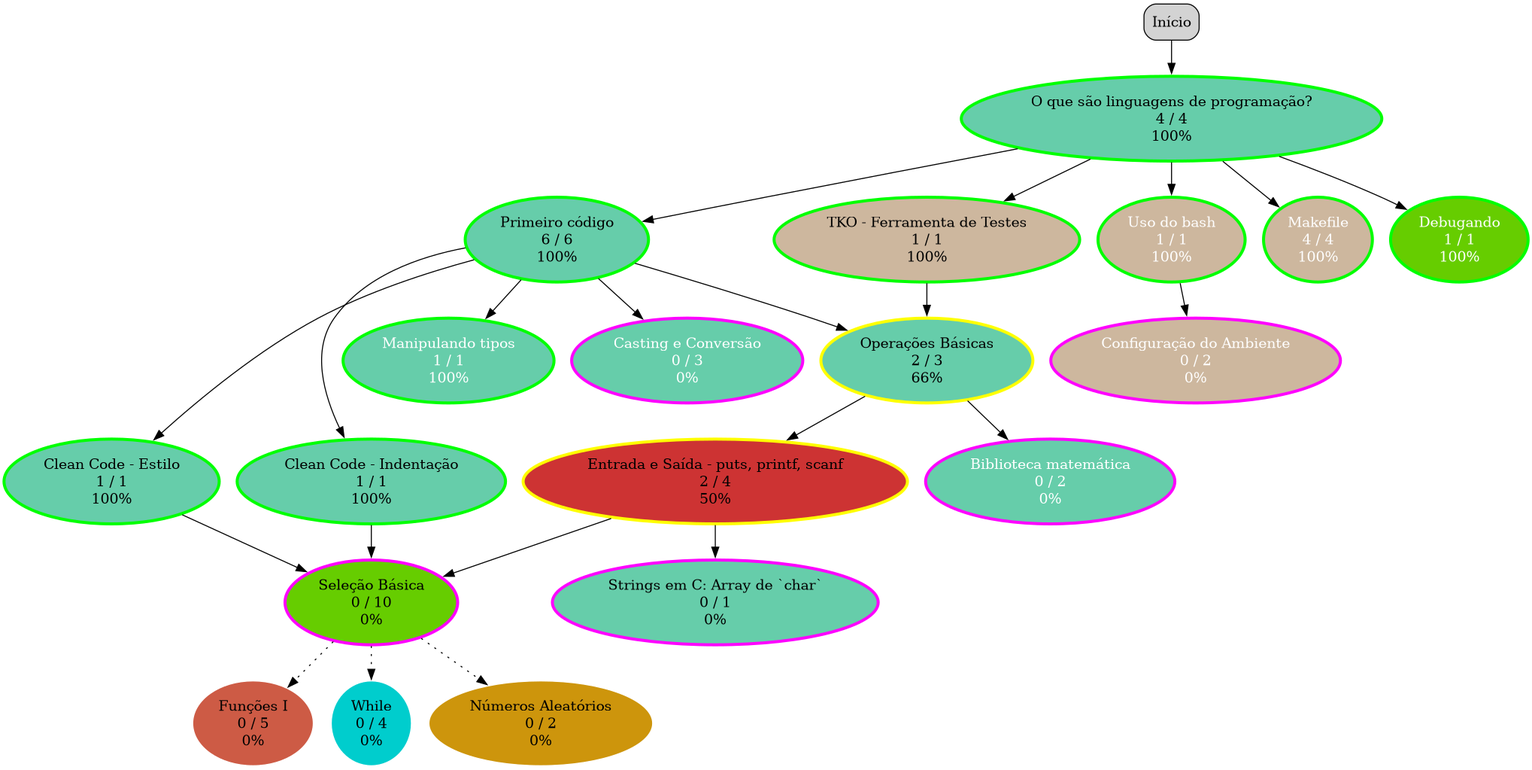
Before: graph.png, a diagram exported from Graphviz (senapk/tko). Its source is kept beside it as graph.dot.
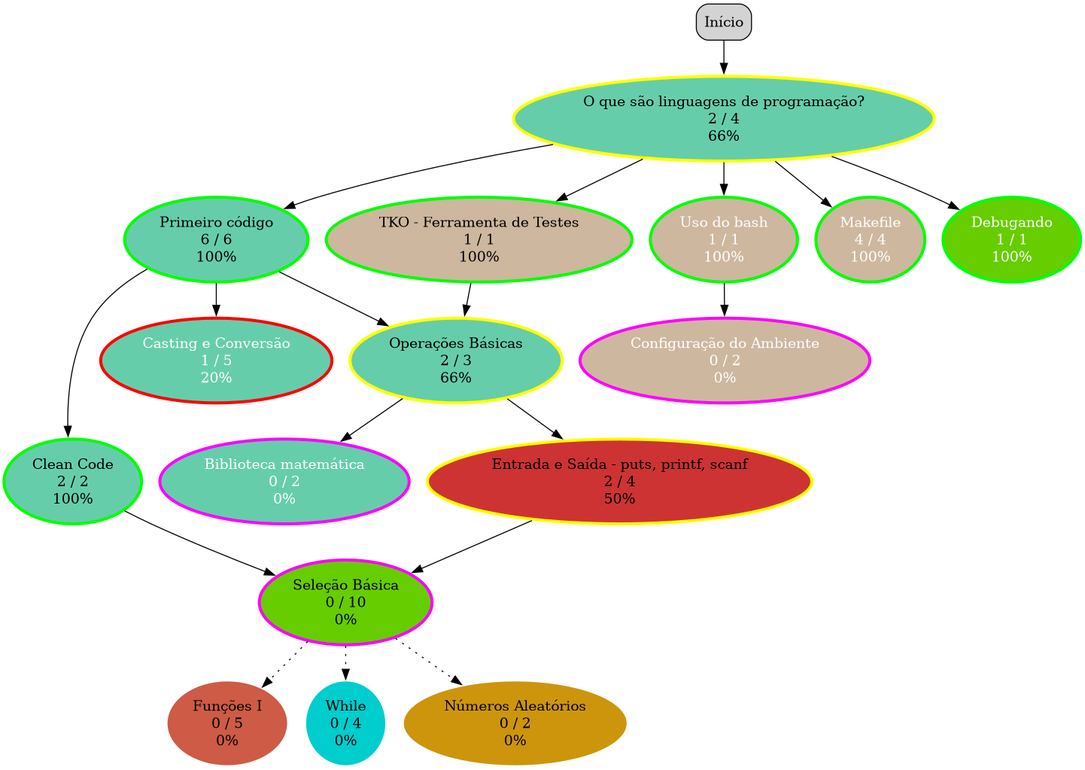
The same file after the commit.

What changed in the source:
```diff
@@ -1,25 +1,16 @@
 digraph diag {
   node [penwidth=1, style="rounded,filled", shape=box]
-  "Início" -> "O que são linguagens de programação?\n4 / 4
-100%"
-  "O que são linguagens de programação?\n4 / 4
-100%" -> "Primeiro código\n6 / 6
-100%"
-  "Entrada e Saída - puts, printf, scanf\n2 / 4
-50%" -> "Strings em C: Array de `char`\n0 / 1
-0%"
-  "Primeiro código\n6 / 6
-100%" -> "Clean Code - Estilo\n1 / 1
+  "Início" -> "O que são linguagens de programação?\n2 / 4
+66%"
+  "O que são linguagens de programação?\n2 / 4
+66%" -> "Primeiro código\n6 / 6
 100%"
   "Primeiro código\n6 / 6
-100%" -> "Clean Code - Indentação\n1 / 1
+100%" -> "Clean Code\n2 / 2
 100%"
   "Primeiro código\n6 / 6
-100%" -> "Manipulando tipos\n1 / 1
-100%"
-  "Primeiro código\n6 / 6
-100%" -> "Casting e Conversão\n0 / 3
-0%"
+100%" -> "Casting e Conversão\n1 / 5
+20%"
   "Primeiro código\n6 / 6
 100%" -> "Operações Básicas\n2 / 3
 66%"
@@ -29,17 +20,17 @@
   "Operações Básicas\n2 / 3
 66%" -> "Biblioteca matemática\n0 / 2
 0%"
-  "O que são linguagens de programação?\n4 / 4
-100%" -> "Uso do bash\n1 / 1
+  "O que são linguagens de programação?\n2 / 4
+66%" -> "Uso do bash\n1 / 1
 100%"
   "Uso do bash\n1 / 1
 100%" -> "Configuração do Ambiente\n0 / 2
 0%"
-  "O que são linguagens de programação?\n4 / 4
-100%" -> "Makefile\n4 / 4
+  "O que são linguagens de programação?\n2 / 4
+66%" -> "Makefile\n4 / 4
 100%"
-  "O que são linguagens de programação?\n4 / 4
-100%" -> "TKO - Ferramenta de Testes\n1 / 1
+  "O que são linguagens de programação?\n2 / 4
+66%" -> "TKO - Ferramenta de Testes\n1 / 1
 100%"
   "Operações Básicas\n2 / 3
 66%" -> "Entrada e Saída - puts, printf, scanf\n2 / 4
@@ -47,14 +38,11 @@
   "Entrada e Saída - puts, printf, scanf\n2 / 4
 50%" -> "Seleção Básica\n0 / 10
 0%"
-  "Clean Code - Estilo\n1 / 1
+  "Clean Code\n2 / 2
 100%" -> "Seleção Básica\n0 / 10
 0%"
-  "Clean Code - Indentação\n1 / 1
-100%" -> "Seleção Básica\n0 / 10
-0%"
-  "O que são linguagens de programação?\n4 / 4
-100%" -> "Debugando\n1 / 1
+  "O que são linguagens de programação?\n2 / 4
+66%" -> "Debugando\n1 / 1
 100%"
   "Seleção Básica\n0 / 10
 0%" -> "Funções I\n0 / 5
@@ -65,20 +53,14 @@
   "Seleção Básica\n0 / 10
 0%" -> "Números Aleatórios\n0 / 2
 0%" [style=dotted]
-  "O que são linguagens de programação?\n4 / 4
-100%" [shape=ellipse, color=green, penwidth=3, fillcolor=aquamarine3, style=filled, fontcolor=black]
+  "O que são linguagens de programação?\n2 / 4
+66%" [shape=ellipse, color=yellow, penwidth=3, fillcolor=aquamarine3, style=filled, fontcolor=black]
   "Primeiro código\n6 / 6
 100%" [shape=ellipse, color=green, penwidth=3, fillcolor=aquamarine3, style=filled, fontcolor=black]
-  "Strings em C: Array de `char`\n0 / 1
-0%" [shape=ellipse, color=magenta, penwidth=3, fillcolor=aquamarine3, style=filled, fontcolor=black]
-  "Clean Code - Estilo\n1 / 1
+  "Clean Code\n2 / 2
 100%" [shape=ellipse, color=green, penwidth=3, fillcolor=aquamarine3, style=filled, fontcolor=black]
-  "Clean Code - Indentação\n1 / 1
-100%" [shape=ellipse, color=green, penwidth=3, fillcolor=aquamarine3, style=filled, fontcolor=black]
-  "Manipulando tipos\n1 / 1
-100%" [shape=ellipse, color=green, penwidth=3, fillcolor=aquamarine3, style=filled, fontcolor=white]
-  "Casting e Conversão\n0 / 3
-0%" [shape=ellipse, color=magenta, penwidth=3, fillcolor=aquamarine3, style=filled, fontcolor=white]
+  "Casting e Conversão\n1 / 5
+20%" [shape=ellipse, color=red, penwidth=3, fillcolor=aquamarine3, style=filled, fontcolor=white]
   "Operações Básicas\n2 / 3
 66%" [shape=ellipse, color=yellow, penwidth=3, fillcolor=aquamarine3, style=filled, fontcolor=black]
   "Biblioteca matemática\n0 / 2
```
